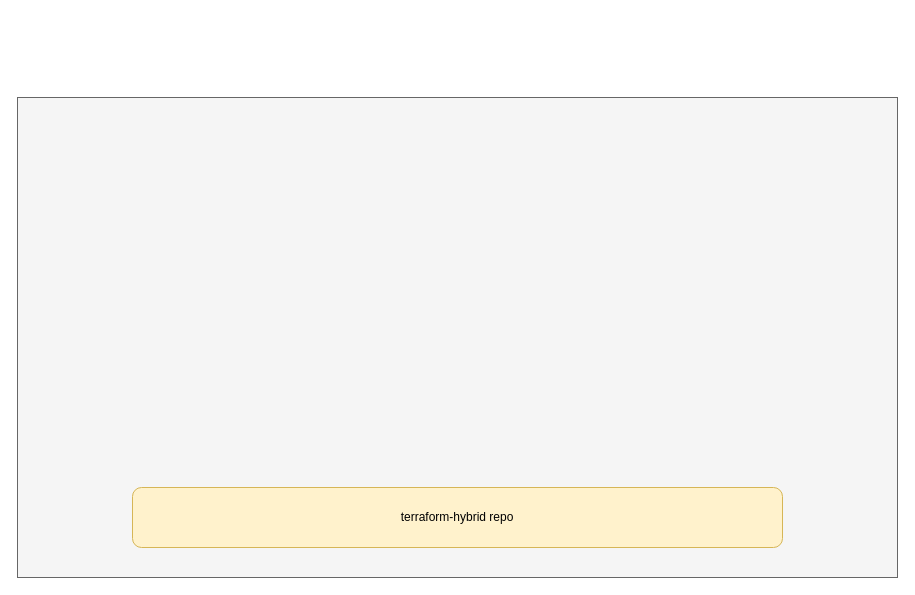
The draw.io diagram tflint-reviewdog.drawio in YanshanSong/draw.io, before the edit. Source tidied: cells renumbered, new cells numbered last; positions are measured from the earlier drawing's top-left corner, leaving out a move shared by most shapes. Both pictures are drawn from the tidied source at 100%, with x=0, y=0 at pixel (17, 97).
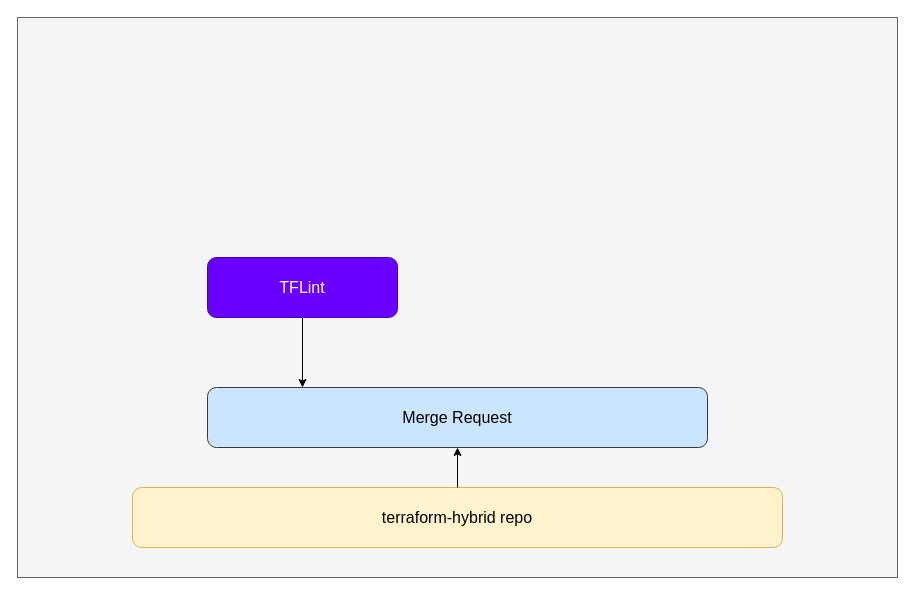
The same diagram, later.

The edit, as a diff of the source:
```diff
@@
 <mxGraphModel>
   <root>
     <mxCell id="0" />
     <mxCell id="1" parent="0" />
     <mxCell id="2" style="rounded=0;whiteSpace=wrap;html=1;fillColor=#f5f5f5;fontColor=#333333;strokeColor=#666666;gradientColor=none;glass=0;shadow=0;" parent="1" vertex="1">
-      <mxGeometry width="880" height="480" as="geometry" />
+      <mxGeometry y="-80" width="880" height="560" as="geometry" />
     </mxCell>
-    <mxCell id="3" value="terraform-hybrid repo" style="rounded=1;whiteSpace=wrap;html=1;fillColor=#fff2cc;strokeColor=#d6b656;shadow=0;" parent="1" vertex="1">
+    <mxCell id="3" value="&lt;font style=&quot;font-size: 16px;&quot;&gt;terraform-hybrid repo&lt;/font&gt;" style="rounded=1;whiteSpace=wrap;html=1;fillColor=#fff2cc;strokeColor=#d6b656;shadow=0;" parent="1" vertex="1">
       <mxGeometry x="115" y="390" width="650" height="60" as="geometry" />
     </mxCell>
+    <mxCell id="4" value="&lt;font style=&quot;font-size: 16px;&quot;&gt;Merge Request&lt;/font&gt;" style="rounded=1;whiteSpace=wrap;html=1;fillColor=#cce5ff;strokeColor=#36393d;" parent="1" vertex="1">
+      <mxGeometry x="190" y="290" width="500" height="60" as="geometry" />
+    </mxCell>
+    <mxCell id="5" style="endArrow=classic;html=1;rounded=0;exitX=0.5;exitY=0;exitDx=0;exitDy=0;entryX=0.5;entryY=1;entryDx=0;entryDy=0;" parent="1" edge="1" source="3" target="4">
+      <mxGeometry relative="1" as="geometry" />
+    </mxCell>
+    <mxCell id="6" value="&lt;font style=&quot;font-size: 16px;&quot;&gt;TFLint&lt;/font&gt;" style="rounded=1;whiteSpace=wrap;html=1;fillColor=#6a00ff;fontColor=#ffffff;strokeColor=#3700CC;gradientColor=none;" parent="1" vertex="1">
+      <mxGeometry x="190" y="160" width="190" height="60" as="geometry" />
+    </mxCell>
+    <mxCell id="7" style="endArrow=classic;html=1;rounded=0;exitX=0.5;exitY=1;exitDx=0;exitDy=0;entryX=0.19;entryY=0;entryDx=0;entryDy=0;entryPerimeter=0;" parent="1" edge="1" source="6" target="4">
+      <mxGeometry relative="1" as="geometry" />
+    </mxCell>
   </root>
 </mxGraphModel>
```
